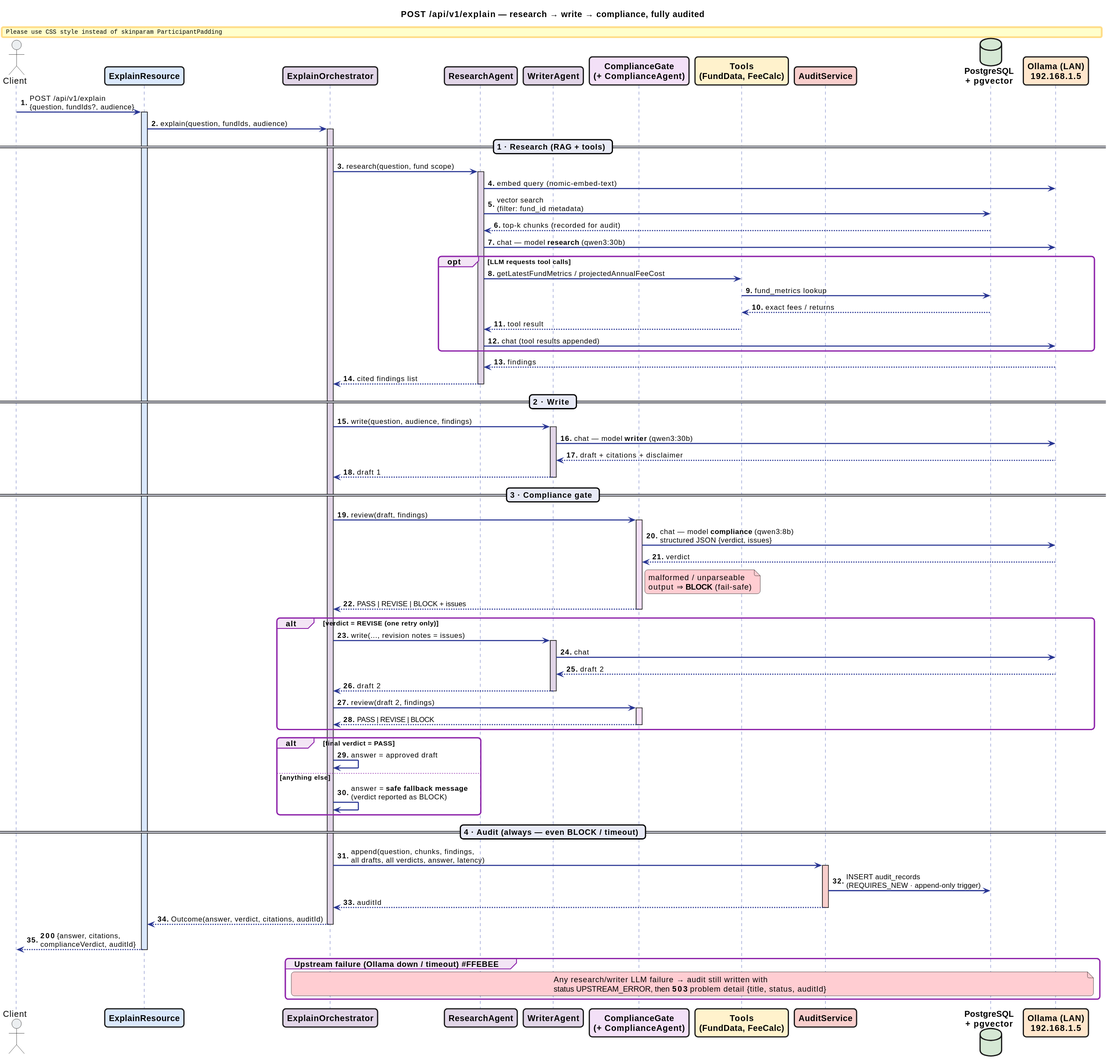
Earlier version of the PlantUML export docs/sequence/rendered/explain.svg (ksktechai/fundlens). The source it was exported from:
```plantuml
@startuml
title <b>POST /api/v1/explain</b> — research → write → compliance, fully audited

skinparam shadowing false
skinparam roundCorner 10
skinparam lifelineStrategy solid
skinparam ParticipantPadding 25
skinparam sequence {
  ArrowColor #283593
  ArrowThickness 1.8
  ArrowFontSize 12
  LifeLineBorderColor #3949AB
  LifeLineBorderThickness 2.5
  GroupBorderColor #8E24AA
  GroupBorderThickness 2
  GroupBackgroundColor #F3E5F5
  GroupHeaderFontStyle bold
  DividerBackgroundColor #E8EAF6
  DividerFontStyle bold
}
skinparam participant {
  BorderThickness 2
  FontStyle bold
}
skinparam database {
  BorderThickness 2
  FontStyle bold
}

actor "Client" as Client #ECEFF1
participant "ExplainResource" as API #dae8fc
participant "ExplainOrchestrator" as ORCH #e1d5e7
participant "ResearchAgent" as RES #e1d5e7
participant "WriterAgent" as WRI #e1d5e7
participant "ComplianceGate\n(+ ComplianceAgent)" as COMP #f3e0f7
participant "Tools\n(FundData, FeeCalc)" as TOOLS #fff2cc
participant "AuditService" as AUD #f8cecc
database "PostgreSQL\n+ pgvector" as DB #d5e8d4
participant "Ollama (LAN)\n192.168.1.5" as LLM #ffe6cc

autonumber "<b>0."

Client -> API : POST /api/v1/explain\n{question, fundIds?, audience}
activate API #dae8fc
API -> ORCH : explain(question, fundIds, audience)
activate ORCH #e1d5e7

== 1 · Research (RAG + tools) ==
ORCH -> RES : research(question, fund scope)
activate RES #e1d5e7
RES -> LLM : embed query (nomic-embed-text)
RES -> DB : vector search\n(filter: fund_id metadata)
DB --> RES : top-k chunks (recorded for audit)
RES -> LLM : chat — model <b>research</b> (qwen3:30b)
opt LLM requests tool calls
  RES -> TOOLS : getLatestFundMetrics / projectedAnnualFeeCost
  TOOLS -> DB : fund_metrics lookup
  DB --> TOOLS : exact fees / returns
  TOOLS --> RES : tool result
  RES -> LLM : chat (tool results appended)
end
LLM --> RES : findings
RES --> ORCH : cited findings list
deactivate RES

== 2 · Write ==
ORCH -> WRI : write(question, audience, findings)
activate WRI #e1d5e7
WRI -> LLM : chat — model <b>writer</b> (qwen3:30b)
LLM --> WRI : draft + citations + disclaimer
WRI --> ORCH : draft 1
deactivate WRI

== 3 · Compliance gate ==
ORCH -> COMP : review(draft, findings)
activate COMP #f3e0f7
COMP -> LLM : chat — model <b>compliance</b> (qwen3:8b)\nstructured JSON {verdict, issues}
LLM --> COMP : verdict
note right of COMP #ffcdd2 : malformed / unparseable\noutput ⇒ <b>BLOCK</b> (fail-safe)
COMP --> ORCH : PASS | REVISE | BLOCK + issues
deactivate COMP

alt verdict = REVISE (one retry only)
  ORCH -> WRI : write(..., revision notes = issues)
  activate WRI #e1d5e7
  WRI -> LLM : chat
  LLM --> WRI : draft 2
  WRI --> ORCH : draft 2
  deactivate WRI
  ORCH -> COMP : review(draft 2, findings)
  activate COMP #f3e0f7
  COMP --> ORCH : PASS | REVISE | BLOCK
  deactivate COMP
end

alt final verdict = PASS
  ORCH -> ORCH : answer = approved draft
else anything else
  ORCH -> ORCH : answer = <b>safe fallback message</b>\n(verdict reported as BLOCK)
end

== 4 · Audit (always — even BLOCK / timeout) ==
ORCH -> AUD : append(question, chunks, findings,\nall drafts, all verdicts, answer, latency)
activate AUD #f8cecc
AUD -> DB : INSERT audit_records\n(REQUIRES_NEW · append-only trigger)
AUD --> ORCH : auditId
deactivate AUD

ORCH --> API : Outcome(answer, verdict, citations, auditId)
deactivate ORCH
API --> Client : <b>200</b> {answer, citations,\ncomplianceVerdict, auditId}
deactivate API

group Upstream failure (Ollama down / timeout) #FFEBEE
  note over ORCH, LLM #ffcdd2
    Any research/writer LLM failure → audit still written with
    status UPSTREAM_ERROR, then <b>503</b> problem detail {title, status, auditId}
  end note
end
@enduml
```
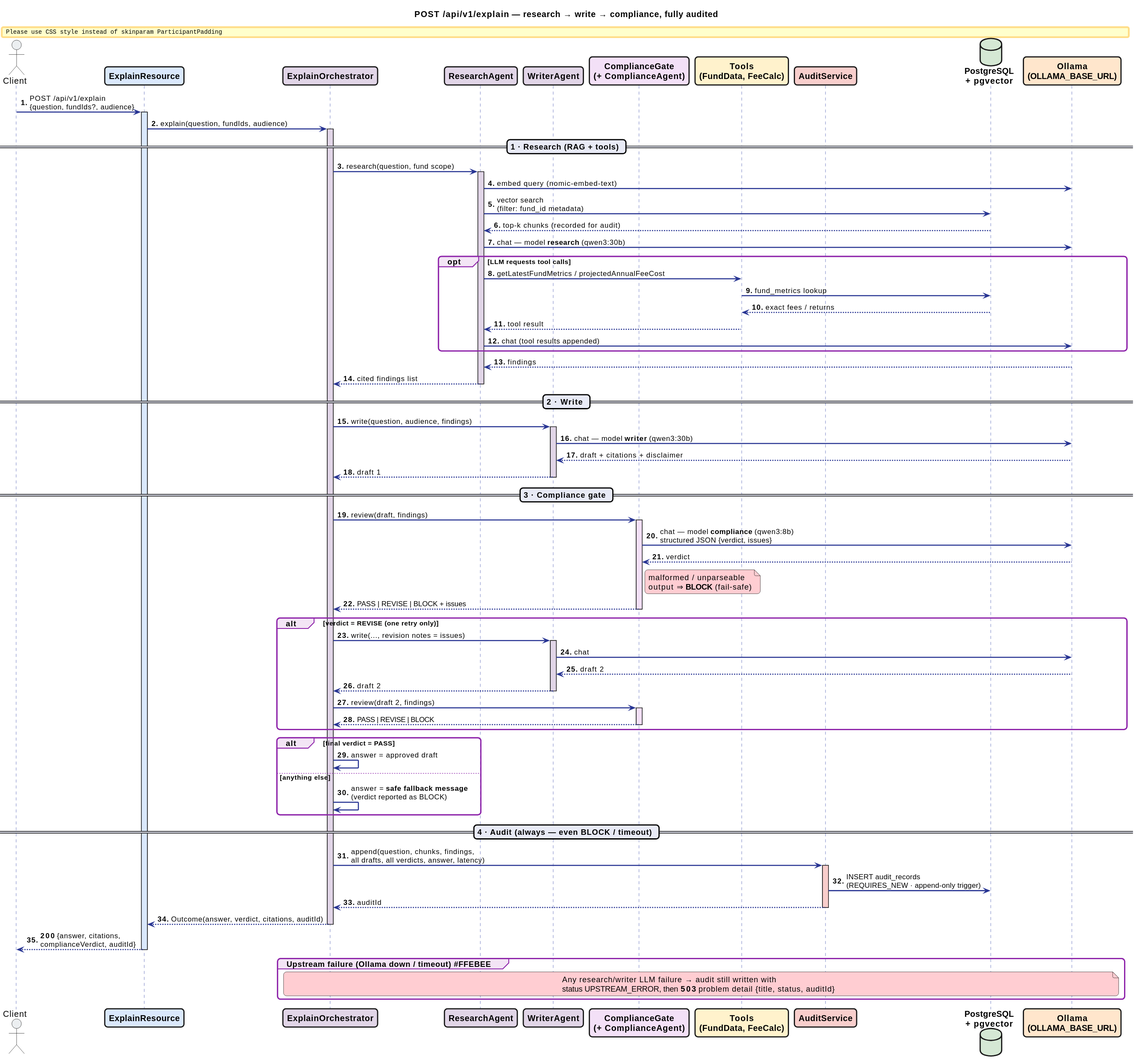
The same diagram one commit later.

Commit message:
Make Ollama endpoint portable and document Makefile targets

Change to the diagram source:
```diff
@@ -36,7 +36,7 @@
 participant "Tools\n(FundData, FeeCalc)" as TOOLS #fff2cc
 participant "AuditService" as AUD #f8cecc
 database "PostgreSQL\n+ pgvector" as DB #d5e8d4
-participant "Ollama (LAN)\n192.168.1.5" as LLM #ffe6cc
+participant "Ollama\n(OLLAMA_BASE_URL)" as LLM #ffe6cc
 
 autonumber "<b>0."
 
```
